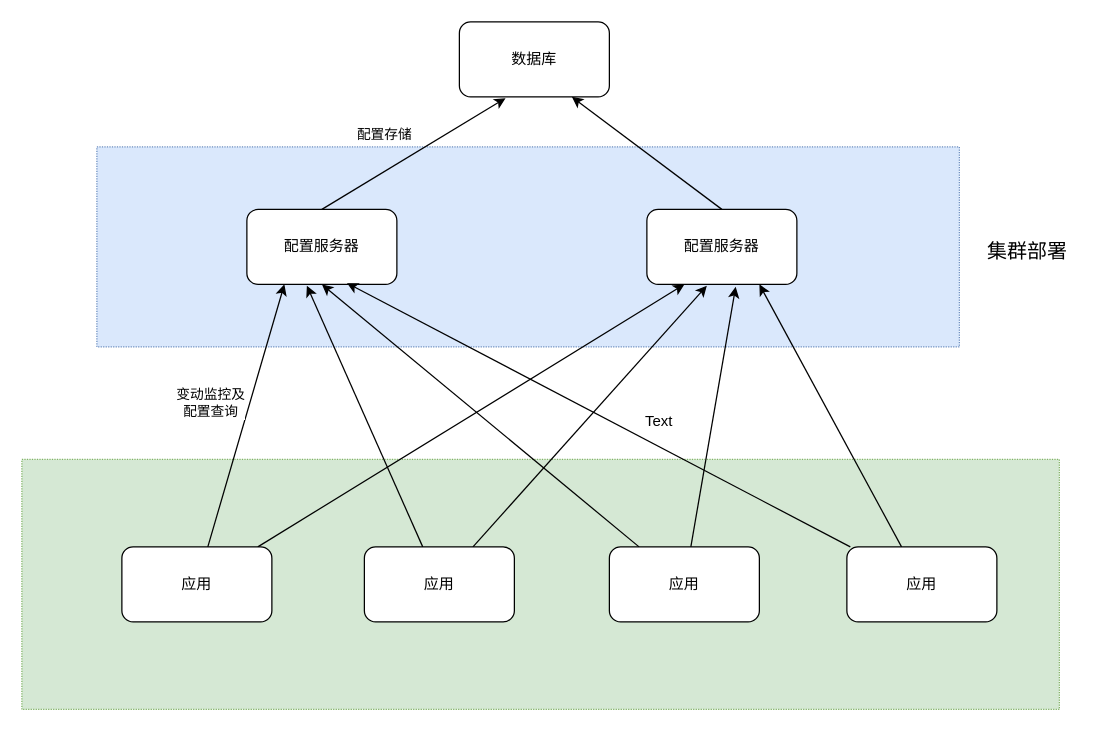
Earlier version of the draw.io diagram page "第 1 页" (1 of 3) of conf/配置.drawio (llggttd/sources). Source tidied: cells renumbered, new cells numbered last; positions are measured from the earlier drawing's top-left corner, leaving out a move shared by most shapes. Both pictures are drawn from the tidied source at 125%, with x=0, y=0 at pixel (21, 21).
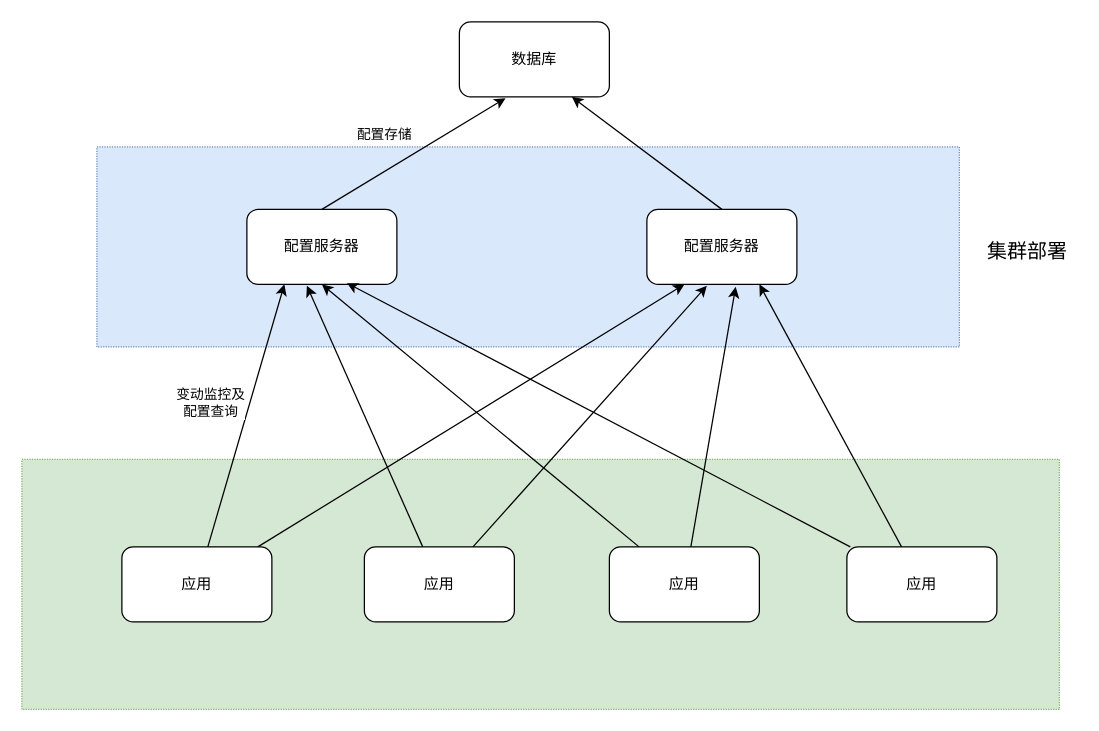
After the change.

Change to the diagram source:
```diff
@@
-    <mxCell id="22" value="Text" style="text;html=1;strokeColor=none;fillColor=none;align=center;verticalAlign=middle;whiteSpace=wrap;rounded=0;dashed=1;dashPattern=1 1;" parent="1" vertex="1">
-      <mxGeometry x="490" y="310" width="40" height="20" as="geometry" />
-    </mxCell>
```
